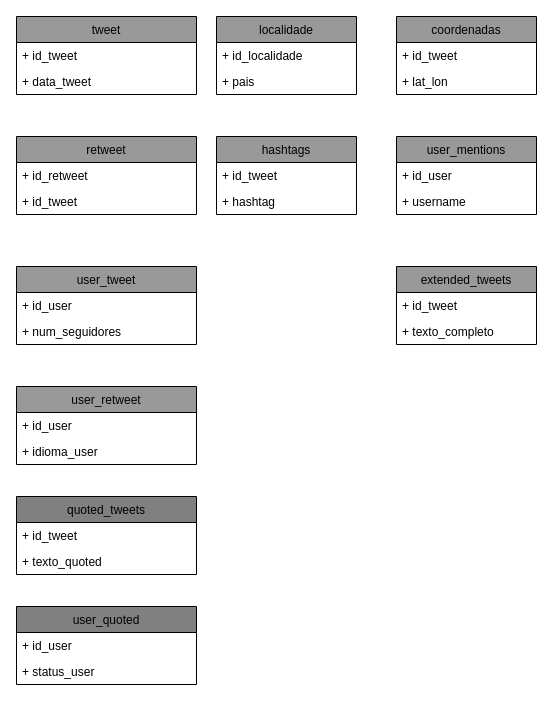
Earlier version of the draw.io diagram modelo_conceitual.drawio (moreirafelipe/dsa-modl-dados-projeto1). Source tidied: cells renumbered, new cells numbered last; positions are measured from the earlier drawing's top-left corner, leaving out a move shared by most shapes. Both pictures are drawn from the tidied source at 100%, with x=0, y=0 at pixel (16, 16).
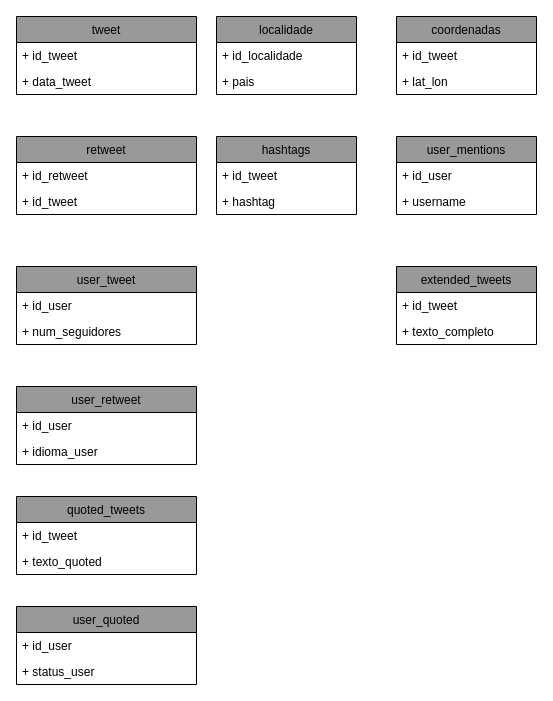
The same diagram, later.

Diff of the diagram source:
```diff
@@
-    <mxCell id="14" value="quoted_tweets" style="swimlane;fontStyle=0;horizontal=1;startSize=26;fillColor=#808080;" parent="1" vertex="1">
+    <mxCell id="14" value="quoted_tweets" style="swimlane;fontStyle=0;horizontal=1;startSize=26;fillColor=#999999;" parent="1" vertex="1">
       <mxGeometry y="480" width="180" height="78" as="geometry" />
     </mxCell>
@@
-    <mxCell id="32" value="user_quoted" style="swimlane;fontStyle=0;horizontal=1;startSize=26;fillColor=#808080;" parent="1" vertex="1">
+    <mxCell id="32" value="user_quoted" style="swimlane;fontStyle=0;horizontal=1;startSize=26;fillColor=#999999;" parent="1" vertex="1">
       <mxGeometry y="590" width="180" height="78" as="geometry" />
     </mxCell>
```
